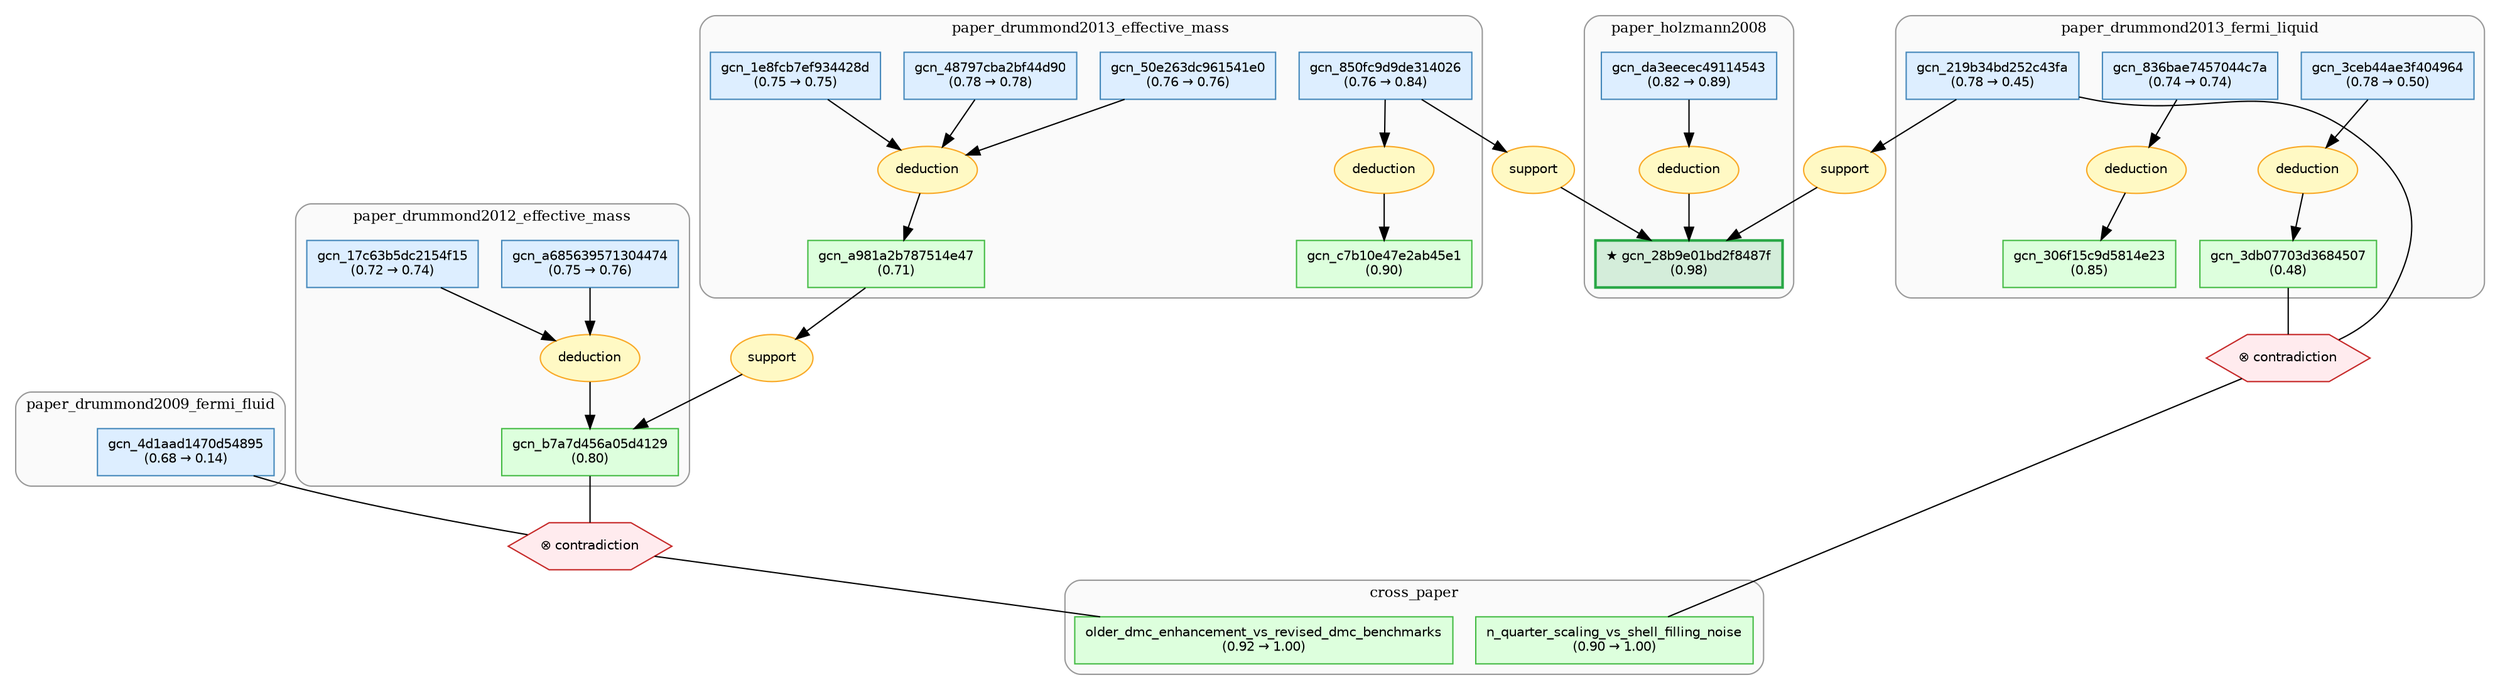
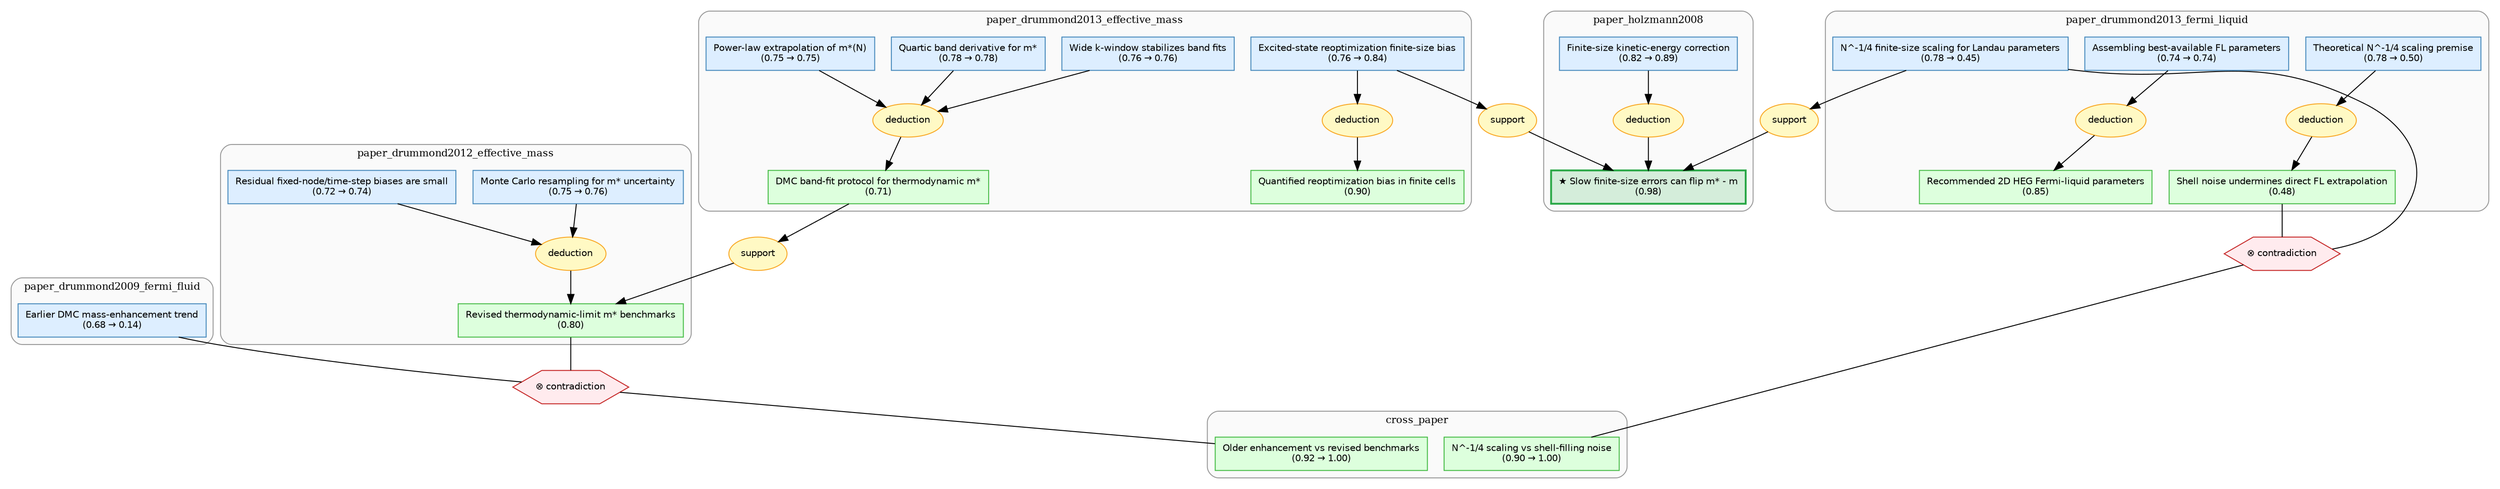
digraph starmap {
    rankdir=TB;
    compound=true;
    node [fontname="Helvetica", fontsize=10];
    edge [fontname="Helvetica", fontsize=9];

    subgraph cluster_cross_paper {
        label="cross_paper";
        style="rounded,filled";
        fillcolor="#fafafa";
        color="#999999";
        fontsize=11;

-         "local:twodheg_effective_mass::older_dmc_enhancement_vs_revised_dmc_benchmarks" [label="older_dmc_enhancement_vs_revised_dmc_benchmarks\n(0.92 → 1.00)", shape=box, style=filled, fillcolor="#ddffdd", color="#44bb44"];
-         "local:twodheg_effective_mass::n_quarter_scaling_vs_shell_filling_noise" [label="n_quarter_scaling_vs_shell_filling_noise\n(0.90 → 1.00)", shape=box, style=filled, fillcolor="#ddffdd", color="#44bb44"];
+         "local:twodheg_effective_mass::older_dmc_enhancement_vs_revised_dmc_benchmarks" [label="Older enhancement vs revised benchmarks\n(0.92 → 1.00)", shape=box, style=filled, fillcolor="#ddffdd", color="#44bb44"];
+         "local:twodheg_effective_mass::n_quarter_scaling_vs_shell_filling_noise" [label="N^-1/4 scaling vs shell-filling noise\n(0.90 → 1.00)", shape=box, style=filled, fillcolor="#ddffdd", color="#44bb44"];
    }

    subgraph cluster_paper_drummond2009_fermi_fluid {
        label="paper_drummond2009_fermi_fluid";
        style="rounded,filled";
        fillcolor="#fafafa";
        color="#999999";
        fontsize=11;

-         "local:twodheg_effective_mass::gcn_4d1aad1470d54895" [label="gcn_4d1aad1470d54895\n(0.68 → 0.14)", shape=box, style=filled, fillcolor="#ddeeff", color="#4488bb"];
+         "local:twodheg_effective_mass::gcn_4d1aad1470d54895" [label="Earlier DMC mass-enhancement trend\n(0.68 → 0.14)", shape=box, style=filled, fillcolor="#ddeeff", color="#4488bb"];
    }

    subgraph cluster_paper_drummond2012_effective_mass {
        label="paper_drummond2012_effective_mass";
        style="rounded,filled";
        fillcolor="#fafafa";
        color="#999999";
        fontsize=11;

-         "local:twodheg_effective_mass::gcn_a685639571304474" [label="gcn_a685639571304474\n(0.75 → 0.76)", shape=box, style=filled, fillcolor="#ddeeff", color="#4488bb"];
-         "local:twodheg_effective_mass::gcn_17c63b5dc2154f15" [label="gcn_17c63b5dc2154f15\n(0.72 → 0.74)", shape=box, style=filled, fillcolor="#ddeeff", color="#4488bb"];
-         "local:twodheg_effective_mass::gcn_b7a7d456a05d4129" [label="gcn_b7a7d456a05d4129\n(0.80)", shape=box, style=filled, fillcolor="#ddffdd", color="#44bb44"];
+         "local:twodheg_effective_mass::gcn_a685639571304474" [label="Monte Carlo resampling for m* uncertainty\n(0.75 → 0.76)", shape=box, style=filled, fillcolor="#ddeeff", color="#4488bb"];
+         "local:twodheg_effective_mass::gcn_17c63b5dc2154f15" [label="Residual fixed-node/time-step biases are small\n(0.72 → 0.74)", shape=box, style=filled, fillcolor="#ddeeff", color="#4488bb"];
+         "local:twodheg_effective_mass::gcn_b7a7d456a05d4129" [label="Revised thermodynamic-limit m* benchmarks\n(0.80)", shape=box, style=filled, fillcolor="#ddffdd", color="#44bb44"];
        "strat_5" [label="deduction", shape=ellipse, style=filled, fillcolor="#fff9c4", color="#f9a825"];
    }

    subgraph cluster_paper_drummond2013_effective_mass {
        label="paper_drummond2013_effective_mass";
        style="rounded,filled";
        fillcolor="#fafafa";
        color="#999999";
        fontsize=11;

-         "local:twodheg_effective_mass::gcn_850fc9d9de314026" [label="gcn_850fc9d9de314026\n(0.76 → 0.84)", shape=box, style=filled, fillcolor="#ddeeff", color="#4488bb"];
-         "local:twodheg_effective_mass::gcn_c7b10e47e2ab45e1" [label="gcn_c7b10e47e2ab45e1\n(0.90)", shape=box, style=filled, fillcolor="#ddffdd", color="#44bb44"];
-         "local:twodheg_effective_mass::gcn_48797cba2bf44d90" [label="gcn_48797cba2bf44d90\n(0.78 → 0.78)", shape=box, style=filled, fillcolor="#ddeeff", color="#4488bb"];
-         "local:twodheg_effective_mass::gcn_1e8fcb7ef934428d" [label="gcn_1e8fcb7ef934428d\n(0.75 → 0.75)", shape=box, style=filled, fillcolor="#ddeeff", color="#4488bb"];
-         "local:twodheg_effective_mass::gcn_50e263dc961541e0" [label="gcn_50e263dc961541e0\n(0.76 → 0.76)", shape=box, style=filled, fillcolor="#ddeeff", color="#4488bb"];
-         "local:twodheg_effective_mass::gcn_a981a2b787514e47" [label="gcn_a981a2b787514e47\n(0.71)", shape=box, style=filled, fillcolor="#ddffdd", color="#44bb44"];
+         "local:twodheg_effective_mass::gcn_850fc9d9de314026" [label="Excited-state reoptimization finite-size bias\n(0.76 → 0.84)", shape=box, style=filled, fillcolor="#ddeeff", color="#4488bb"];
+         "local:twodheg_effective_mass::gcn_c7b10e47e2ab45e1" [label="Quantified reoptimization bias in finite cells\n(0.90)", shape=box, style=filled, fillcolor="#ddffdd", color="#44bb44"];
+         "local:twodheg_effective_mass::gcn_48797cba2bf44d90" [label="Quartic band derivative for m*\n(0.78 → 0.78)", shape=box, style=filled, fillcolor="#ddeeff", color="#4488bb"];
+         "local:twodheg_effective_mass::gcn_1e8fcb7ef934428d" [label="Power-law extrapolation of m*(N)\n(0.75 → 0.75)", shape=box, style=filled, fillcolor="#ddeeff", color="#4488bb"];
+         "local:twodheg_effective_mass::gcn_50e263dc961541e0" [label="Wide k-window stabilizes band fits\n(0.76 → 0.76)", shape=box, style=filled, fillcolor="#ddeeff", color="#4488bb"];
+         "local:twodheg_effective_mass::gcn_a981a2b787514e47" [label="DMC band-fit protocol for thermodynamic m*\n(0.71)", shape=box, style=filled, fillcolor="#ddffdd", color="#44bb44"];
        "strat_3" [label="deduction", shape=ellipse, style=filled, fillcolor="#fff9c4", color="#f9a825"];
        "strat_4" [label="deduction", shape=ellipse, style=filled, fillcolor="#fff9c4", color="#f9a825"];
    }

    subgraph cluster_paper_drummond2013_fermi_liquid {
        label="paper_drummond2013_fermi_liquid";
        style="rounded,filled";
        fillcolor="#fafafa";
        color="#999999";
        fontsize=11;

-         "local:twodheg_effective_mass::gcn_219b34bd252c43fa" [label="gcn_219b34bd252c43fa\n(0.78 → 0.45)", shape=box, style=filled, fillcolor="#ddeeff", color="#4488bb"];
-         "local:twodheg_effective_mass::gcn_3ceb44ae3f404964" [label="gcn_3ceb44ae3f404964\n(0.78 → 0.50)", shape=box, style=filled, fillcolor="#ddeeff", color="#4488bb"];
-         "local:twodheg_effective_mass::gcn_3db07703d3684507" [label="gcn_3db07703d3684507\n(0.48)", shape=box, style=filled, fillcolor="#ddffdd", color="#44bb44"];
-         "local:twodheg_effective_mass::gcn_836bae7457044c7a" [label="gcn_836bae7457044c7a\n(0.74 → 0.74)", shape=box, style=filled, fillcolor="#ddeeff", color="#4488bb"];
-         "local:twodheg_effective_mass::gcn_306f15c9d5814e23" [label="gcn_306f15c9d5814e23\n(0.85)", shape=box, style=filled, fillcolor="#ddffdd", color="#44bb44"];
+         "local:twodheg_effective_mass::gcn_219b34bd252c43fa" [label="N^-1/4 finite-size scaling for Landau parameters\n(0.78 → 0.45)", shape=box, style=filled, fillcolor="#ddeeff", color="#4488bb"];
+         "local:twodheg_effective_mass::gcn_3ceb44ae3f404964" [label="Theoretical N^-1/4 scaling premise\n(0.78 → 0.50)", shape=box, style=filled, fillcolor="#ddeeff", color="#4488bb"];
+         "local:twodheg_effective_mass::gcn_3db07703d3684507" [label="Shell noise undermines direct FL extrapolation\n(0.48)", shape=box, style=filled, fillcolor="#ddffdd", color="#44bb44"];
+         "local:twodheg_effective_mass::gcn_836bae7457044c7a" [label="Assembling best-available FL parameters\n(0.74 → 0.74)", shape=box, style=filled, fillcolor="#ddeeff", color="#4488bb"];
+         "local:twodheg_effective_mass::gcn_306f15c9d5814e23" [label="Recommended 2D HEG Fermi-liquid parameters\n(0.85)", shape=box, style=filled, fillcolor="#ddffdd", color="#44bb44"];
        "strat_1" [label="deduction", shape=ellipse, style=filled, fillcolor="#fff9c4", color="#f9a825"];
        "strat_2" [label="deduction", shape=ellipse, style=filled, fillcolor="#fff9c4", color="#f9a825"];
    }

    subgraph cluster_paper_holzmann2008 {
        label="paper_holzmann2008";
        style="rounded,filled";
        fillcolor="#fafafa";
        color="#999999";
        fontsize=11;

-         "local:twodheg_effective_mass::gcn_da3eecec49114543" [label="gcn_da3eecec49114543\n(0.82 → 0.89)", shape=box, style=filled, fillcolor="#ddeeff", color="#4488bb"];
-         "local:twodheg_effective_mass::gcn_28b9e01bd2f8487f" [label="★ gcn_28b9e01bd2f8487f\n(0.98)", shape=box, style=filled, fillcolor="#d4edda", color="#28a745", penwidth=2];
+         "local:twodheg_effective_mass::gcn_da3eecec49114543" [label="Finite-size kinetic-energy correction\n(0.82 → 0.89)", shape=box, style=filled, fillcolor="#ddeeff", color="#4488bb"];
+         "local:twodheg_effective_mass::gcn_28b9e01bd2f8487f" [label="★ Slow finite-size errors can flip m* - m\n(0.98)", shape=box, style=filled, fillcolor="#d4edda", color="#28a745", penwidth=2];
        "strat_0" [label="deduction", shape=ellipse, style=filled, fillcolor="#fff9c4", color="#f9a825"];
    }

    // cross-module strategy/operator nodes (outside clusters)
    "strat_6" [label="support", shape=ellipse, style=filled, fillcolor="#fff9c4", color="#f9a825"];
    "strat_7" [label="support", shape=ellipse, style=filled, fillcolor="#fff9c4", color="#f9a825"];
    "strat_8" [label="support", shape=ellipse, style=filled, fillcolor="#fff9c4", color="#f9a825"];
    "oper_0" [label="⊗ contradiction", shape=hexagon, style=filled, fillcolor="#ffebee", color="#c62828"];
    "oper_1" [label="⊗ contradiction", shape=hexagon, style=filled, fillcolor="#ffebee", color="#c62828"];

    // edges
    "local:twodheg_effective_mass::gcn_da3eecec49114543" -> "strat_0";
    "strat_0" -> "local:twodheg_effective_mass::gcn_28b9e01bd2f8487f";
    "local:twodheg_effective_mass::gcn_3ceb44ae3f404964" -> "strat_1";
    "strat_1" -> "local:twodheg_effective_mass::gcn_3db07703d3684507";
    "local:twodheg_effective_mass::gcn_836bae7457044c7a" -> "strat_2";
    "strat_2" -> "local:twodheg_effective_mass::gcn_306f15c9d5814e23";
    "local:twodheg_effective_mass::gcn_850fc9d9de314026" -> "strat_3";
    "strat_3" -> "local:twodheg_effective_mass::gcn_c7b10e47e2ab45e1";
    "local:twodheg_effective_mass::gcn_48797cba2bf44d90" -> "strat_4";
    "local:twodheg_effective_mass::gcn_1e8fcb7ef934428d" -> "strat_4";
    "local:twodheg_effective_mass::gcn_50e263dc961541e0" -> "strat_4";
    "strat_4" -> "local:twodheg_effective_mass::gcn_a981a2b787514e47";
    "local:twodheg_effective_mass::gcn_a685639571304474" -> "strat_5";
    "local:twodheg_effective_mass::gcn_17c63b5dc2154f15" -> "strat_5";
    "strat_5" -> "local:twodheg_effective_mass::gcn_b7a7d456a05d4129";
    "local:twodheg_effective_mass::gcn_219b34bd252c43fa" -> "strat_6";
    "strat_6" -> "local:twodheg_effective_mass::gcn_28b9e01bd2f8487f";
    "local:twodheg_effective_mass::gcn_850fc9d9de314026" -> "strat_7";
    "strat_7" -> "local:twodheg_effective_mass::gcn_28b9e01bd2f8487f";
    "local:twodheg_effective_mass::gcn_a981a2b787514e47" -> "strat_8";
    "strat_8" -> "local:twodheg_effective_mass::gcn_b7a7d456a05d4129";
    "local:twodheg_effective_mass::gcn_4d1aad1470d54895" -> "oper_0" [dir=none];
    "local:twodheg_effective_mass::gcn_b7a7d456a05d4129" -> "oper_0" [dir=none];
    "oper_0" -> "local:twodheg_effective_mass::older_dmc_enhancement_vs_revised_dmc_benchmarks" [dir=none];
    "local:twodheg_effective_mass::gcn_219b34bd252c43fa" -> "oper_1" [dir=none];
    "local:twodheg_effective_mass::gcn_3db07703d3684507" -> "oper_1" [dir=none];
    "oper_1" -> "local:twodheg_effective_mass::n_quarter_scaling_vs_shell_filling_noise" [dir=none];
}
